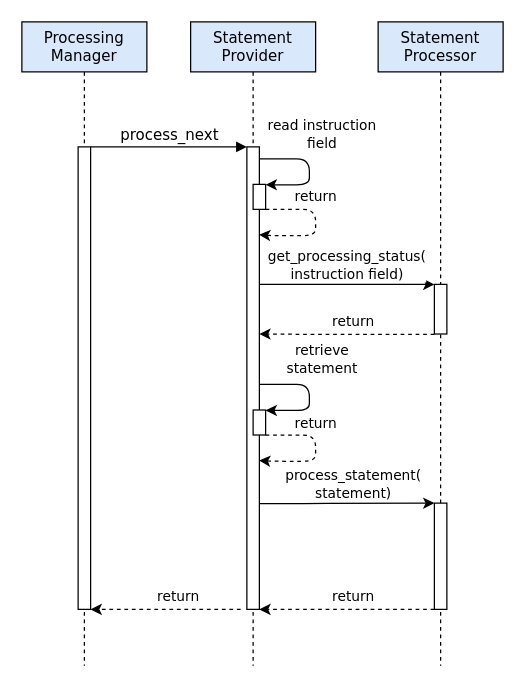
michalbali256/HlasmPlugin-docs keeps this draw.io diagram as documentation/img/process_next.drawio. Above is the earlier version. Source tidied: cells renumbered, new cells numbered last; positions are measured from the earlier drawing's top-left corner, leaving out a move shared by most shapes. Both pictures are drawn from the tidied source at 125%, with x=0, y=0 at pixel (21, 21).
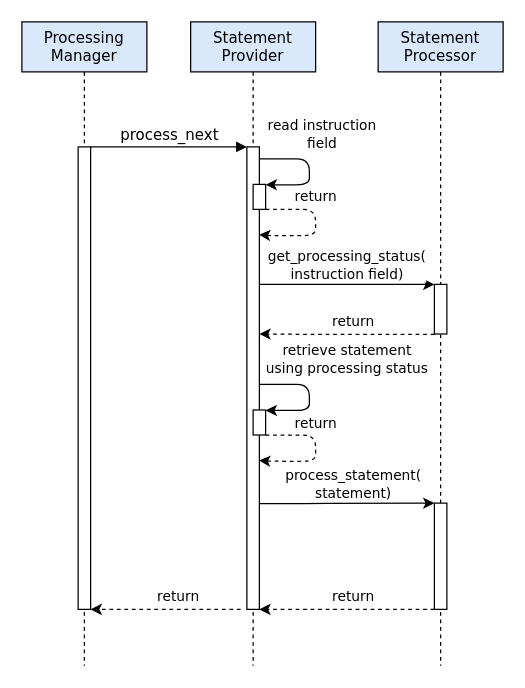
Above is the later version.

The change refers to these unchanged cells:
```xml
<mxCell id="18" style="html=1;points=[];perimeter=orthogonalPerimeter;rounded=0;shadow=0;comic=0;labelBackgroundColor=none;strokeWidth=1;fontFamily=Verdana;fontSize=12;align=center;" parent="1" vertex="1">
  <mxGeometry x="185" y="310.5" width="10" height="20" as="geometry" />
</mxCell>
```

Diff of the diagram source:
```diff
@@
-    <mxCell id="19" value="retrieve&lt;br&gt;statement" style="edgeStyle=orthogonalEdgeStyle;rounded=1;jettySize=auto;html=1;fontFamily=Verdana;entryX=1.005;entryY=0.016;entryDx=0;entryDy=0;entryPerimeter=0;" parent="1" edge="1" target="18">
-      <mxGeometry x="-0.16" y="22" relative="1" as="geometry">
+    <mxCell id="19" value="retrieve statement &lt;br&gt;using processing status" style="edgeStyle=orthogonalEdgeStyle;rounded=1;jettySize=auto;html=1;fontFamily=Verdana;entryX=1.005;entryY=0.016;entryDx=0;entryDy=0;entryPerimeter=0;" parent="1" edge="1" target="18">
+      <mxGeometry x="-0.17" y="36" relative="1" as="geometry">
         <mxPoint x="190" y="290" as="sourcePoint" />
         <Array as="points">
           <mxPoint x="230" y="290.5" />
           <mxPoint x="230" y="310.5" />
           <mxPoint x="195" y="310.5" />
         </Array>
-        <mxPoint x="-12" y="-20" as="offset" />
+        <mxPoint x="-6" y="-20" as="offset" />
       </mxGeometry>
     </mxCell>
```
